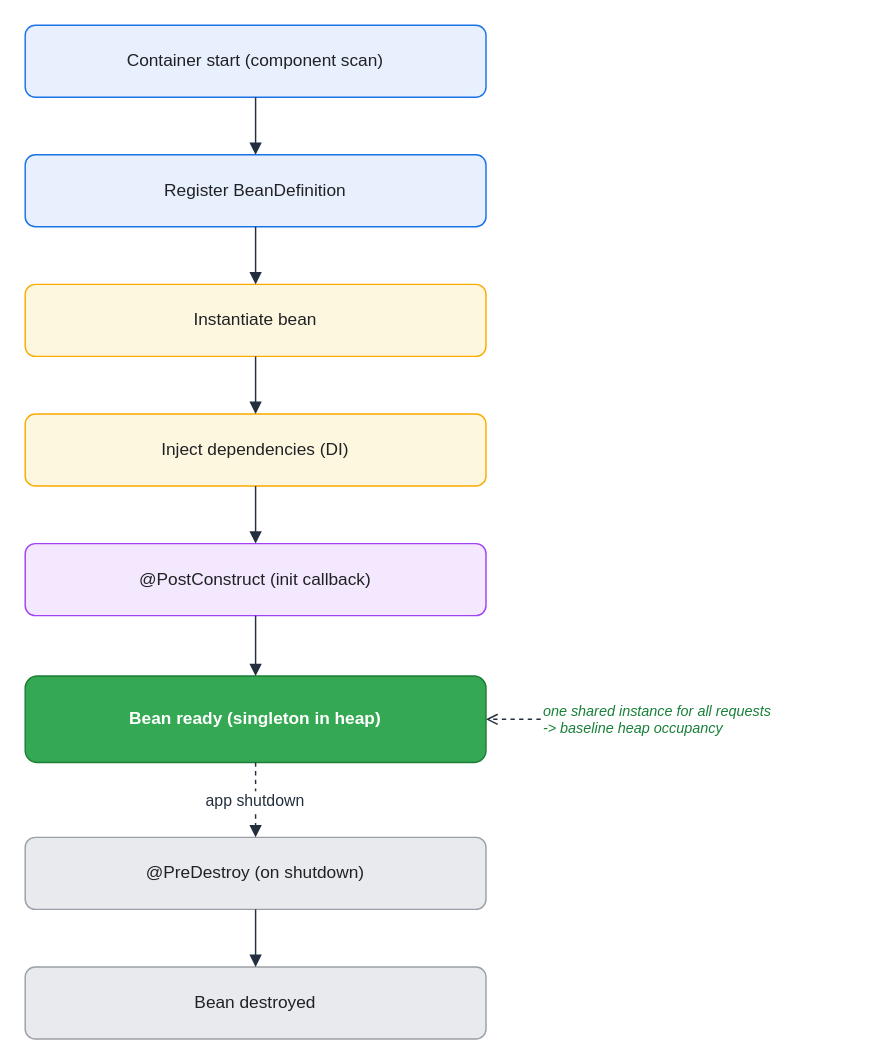
Above: assets/img/spring/spring-04-bean-lifecycle.drawio in KKamJi98/kkamji98.github.io (draw.io), before the change. Source tidied: cells renumbered, new cells numbered last; positions are measured from the earlier drawing's top-left corner, leaving out a move shared by most shapes. Both pictures are drawn from the tidied source at 144%, with x=0, y=0 at pixel (24, 24).
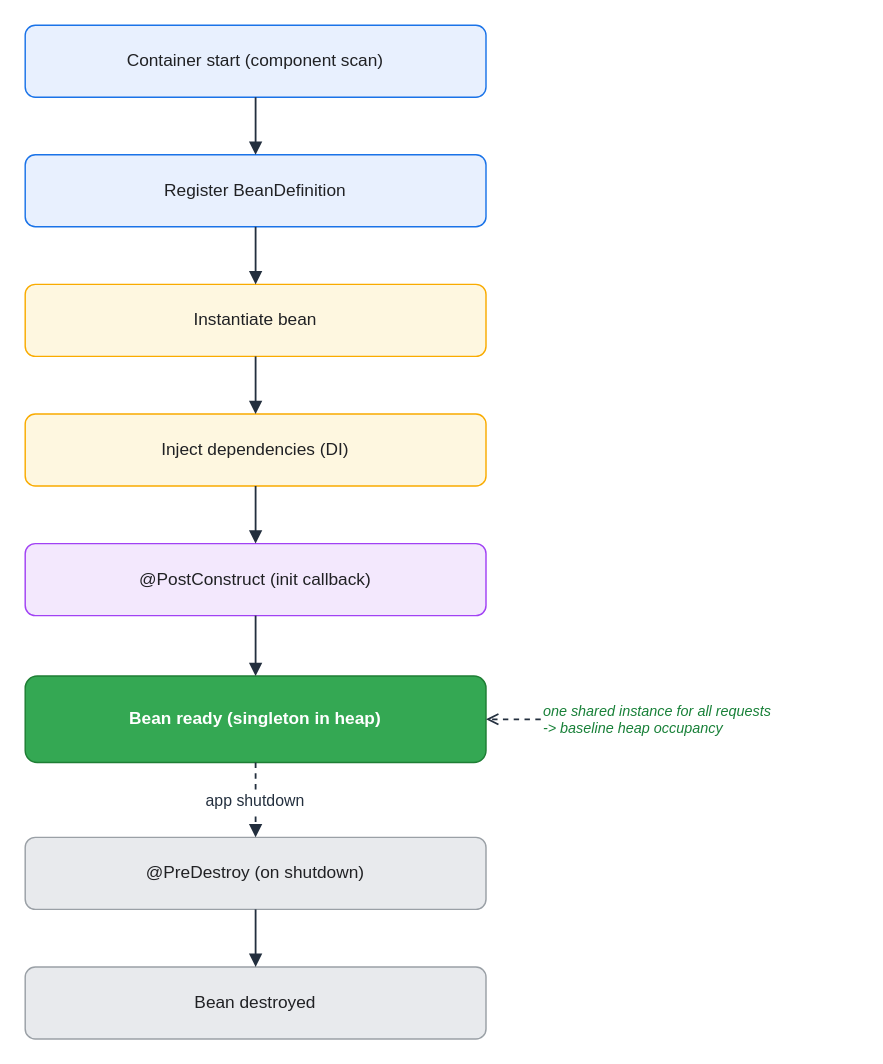
The same page after the edit.

Diff of the diagram source:
```diff
@@
 <mxGraphModel background="#FFFFFF">
   <root>
     <mxCell id="0" />
     <mxCell id="1" parent="0" />
-    <mxCell id="2" value="Container start (component scan)" style="rounded=1;whiteSpace=wrap;html=1;arcSize=14;shadow=0;fillColor=#E8F0FE;strokeColor=#1A73E8;fontColor=#202124;" parent="1" vertex="1">
+    <mxCell id="2" value="Container start (component scan)" style="rounded=1;whiteSpace=wrap;html=0;arcSize=14;shadow=0;fillColor=#E8F0FE;strokeColor=#1A73E8;fontColor=#202124;" parent="1" vertex="1">
       <mxGeometry width="320" height="50" as="geometry" />
     </mxCell>
-    <mxCell id="3" value="Register BeanDefinition" style="rounded=1;whiteSpace=wrap;html=1;arcSize=14;shadow=0;fillColor=#E8F0FE;strokeColor=#1A73E8;fontColor=#202124;" parent="1" vertex="1">
+    <mxCell id="3" value="Register BeanDefinition" style="rounded=1;whiteSpace=wrap;html=0;arcSize=14;shadow=0;fillColor=#E8F0FE;strokeColor=#1A73E8;fontColor=#202124;" parent="1" vertex="1">
       <mxGeometry y="90" width="320" height="50" as="geometry" />
     </mxCell>
-    <mxCell id="4" value="Instantiate bean" style="rounded=1;whiteSpace=wrap;html=1;arcSize=14;shadow=0;fillColor=#FEF7E0;strokeColor=#F9AB00;fontColor=#202124;" parent="1" vertex="1">
+    <mxCell id="4" value="Instantiate bean" style="rounded=1;whiteSpace=wrap;html=0;arcSize=14;shadow=0;fillColor=#FEF7E0;strokeColor=#F9AB00;fontColor=#202124;" parent="1" vertex="1">
       <mxGeometry y="180" width="320" height="50" as="geometry" />
     </mxCell>
-    <mxCell id="5" value="Inject dependencies (DI)" style="rounded=1;whiteSpace=wrap;html=1;arcSize=14;shadow=0;fillColor=#FEF7E0;strokeColor=#F9AB00;fontColor=#202124;" parent="1" vertex="1">
+    <mxCell id="5" value="Inject dependencies (DI)" style="rounded=1;whiteSpace=wrap;html=0;arcSize=14;shadow=0;fillColor=#FEF7E0;strokeColor=#F9AB00;fontColor=#202124;" parent="1" vertex="1">
       <mxGeometry y="270" width="320" height="50" as="geometry" />
     </mxCell>
-    <mxCell id="6" value="@PostConstruct (init callback)" style="rounded=1;whiteSpace=wrap;html=1;arcSize=14;shadow=0;fillColor=#F3E8FD;strokeColor=#A142F4;fontColor=#202124;" parent="1" vertex="1">
+    <mxCell id="6" value="@PostConstruct (init callback)" style="rounded=1;whiteSpace=wrap;html=0;arcSize=14;shadow=0;fillColor=#F3E8FD;strokeColor=#A142F4;fontColor=#202124;" parent="1" vertex="1">
       <mxGeometry y="360" width="320" height="50" as="geometry" />
     </mxCell>
-    <mxCell id="7" value="&lt;font style=&quot;color: rgb(255, 255, 255);&quot;&gt;Bean ready (singleton in heap)&lt;/font&gt;" style="rounded=1;whiteSpace=wrap;html=1;arcSize=14;shadow=0;fillColor=#34A853;strokeColor=#1E7E34;fontColor=#FFFFFF;fontStyle=1;" parent="1" vertex="1">
+    <mxCell id="7" value="Bean ready (singleton in heap)" style="rounded=1;whiteSpace=wrap;html=0;arcSize=14;shadow=0;fillColor=#34A853;strokeColor=#1E7E34;fontColor=#FFFFFF;fontStyle=1;" parent="1" vertex="1">
       <mxGeometry y="452" width="320" height="60" as="geometry" />
     </mxCell>
-    <mxCell id="8" value="@PreDestroy (on shutdown)" style="rounded=1;whiteSpace=wrap;html=1;arcSize=14;shadow=0;fillColor=#E8EAED;strokeColor=#9AA0A6;fontColor=#202124;" parent="1" vertex="1">
+    <mxCell id="8" value="@PreDestroy (on shutdown)" style="rounded=1;whiteSpace=wrap;html=0;arcSize=14;shadow=0;fillColor=#E8EAED;strokeColor=#9AA0A6;fontColor=#202124;" parent="1" vertex="1">
       <mxGeometry y="564" width="320" height="50" as="geometry" />
     </mxCell>
-    <mxCell id="9" value="Bean destroyed" style="rounded=1;whiteSpace=wrap;html=1;arcSize=14;shadow=0;fillColor=#E8EAED;strokeColor=#9AA0A6;fontColor=#202124;" parent="1" vertex="1">
+    <mxCell id="9" value="Bean destroyed" style="rounded=1;whiteSpace=wrap;html=0;arcSize=14;shadow=0;fillColor=#E8EAED;strokeColor=#9AA0A6;fontColor=#202124;" parent="1" vertex="1">
       <mxGeometry y="654" width="320" height="50" as="geometry" />
     </mxCell>
-    <mxCell id="10" value="one shared instance for all requests&#10;-&gt; baseline heap occupancy" style="text;html=1;align=left;verticalAlign=middle;whiteSpace=wrap;fontSize=10;fontColor=#188038;fontStyle=2;" parent="1" vertex="1">
+    <mxCell id="10" value="one shared instance for all requests&#10;-&gt; baseline heap occupancy" style="text;html=0;align=left;verticalAlign=middle;whiteSpace=wrap;fontSize=10;fontColor=#188038;fontStyle=2;" parent="1" vertex="1">
       <mxGeometry x="358" y="452" width="220" height="60" as="geometry" />
     </mxCell>
-    <mxCell id="11" style="edgeStyle=orthogonalEdgeStyle;rounded=1;html=1;strokeColor=#232F3E;fontColor=#232F3E;labelBackgroundColor=none;endArrow=block;exitX=0.5;exitY=1;exitDx=0;exitDy=0;entryX=0.5;entryY=0;entryDx=0;entryDy=0;" parent="1" edge="1" source="2" target="3">
+    <mxCell id="11" style="edgeStyle=orthogonalEdgeStyle;rounded=1;html=0;strokeColor=#232F3E;fontColor=#232F3E;labelBackgroundColor=none;endArrow=block;exitX=0.5;exitY=1;exitDx=0;exitDy=0;entryX=0.5;entryY=0;entryDx=0;entryDy=0;strokeWidth=1.25;" parent="1" edge="1" source="2" target="3">
       <mxGeometry relative="1" as="geometry" />
     </mxCell>
-    <mxCell id="12" style="edgeStyle=orthogonalEdgeStyle;rounded=1;html=1;strokeColor=#232F3E;fontColor=#232F3E;labelBackgroundColor=none;endArrow=block;exitX=0.5;exitY=1;exitDx=0;exitDy=0;entryX=0.5;entryY=0;entryDx=0;entryDy=0;" parent="1" edge="1" source="3" target="4">
+    <mxCell id="12" style="edgeStyle=orthogonalEdgeStyle;rounded=1;html=0;strokeColor=#232F3E;fontColor=#232F3E;labelBackgroundColor=none;endArrow=block;exitX=0.5;exitY=1;exitDx=0;exitDy=0;entryX=0.5;entryY=0;entryDx=0;entryDy=0;strokeWidth=1.25;" parent="1" edge="1" source="3" target="4">
       <mxGeometry relative="1" as="geometry" />
     </mxCell>
-    <mxCell id="13" style="edgeStyle=orthogonalEdgeStyle;rounded=1;html=1;strokeColor=#232F3E;fontColor=#232F3E;labelBackgroundColor=none;endArrow=block;exitX=0.5;exitY=1;exitDx=0;exitDy=0;entryX=0.5;entryY=0;entryDx=0;entryDy=0;" parent="1" edge="1" source="4" target="5">
+    <mxCell id="13" style="edgeStyle=orthogonalEdgeStyle;rounded=1;html=0;strokeColor=#232F3E;fontColor=#232F3E;labelBackgroundColor=none;endArrow=block;exitX=0.5;exitY=1;exitDx=0;exitDy=0;entryX=0.5;entryY=0;entryDx=0;entryDy=0;strokeWidth=1.25;" parent="1" edge="1" source="4" target="5">
       <mxGeometry relative="1" as="geometry" />
     </mxCell>
-    <mxCell id="14" style="edgeStyle=orthogonalEdgeStyle;rounded=1;html=1;strokeColor=#232F3E;fontColor=#232F3E;labelBackgroundColor=none;endArrow=block;exitX=0.5;exitY=1;exitDx=0;exitDy=0;entryX=0.5;entryY=0;entryDx=0;entryDy=0;" parent="1" edge="1" source="5" target="6">
+    <mxCell id="14" style="edgeStyle=orthogonalEdgeStyle;rounded=1;html=0;strokeColor=#232F3E;fontColor=#232F3E;labelBackgroundColor=none;endArrow=block;exitX=0.5;exitY=1;exitDx=0;exitDy=0;entryX=0.5;entryY=0;entryDx=0;entryDy=0;strokeWidth=1.25;" parent="1" edge="1" source="5" target="6">
       <mxGeometry relative="1" as="geometry" />
     </mxCell>
-    <mxCell id="15" style="edgeStyle=orthogonalEdgeStyle;rounded=1;html=1;strokeColor=#232F3E;fontColor=#232F3E;labelBackgroundColor=none;endArrow=block;exitX=0.5;exitY=1;exitDx=0;exitDy=0;entryX=0.5;entryY=0;entryDx=0;entryDy=0;" parent="1" edge="1" source="6" target="7">
+    <mxCell id="15" style="edgeStyle=orthogonalEdgeStyle;rounded=1;html=0;strokeColor=#232F3E;fontColor=#232F3E;labelBackgroundColor=none;endArrow=block;exitX=0.5;exitY=1;exitDx=0;exitDy=0;entryX=0.5;entryY=0;entryDx=0;entryDy=0;strokeWidth=1.25;" parent="1" edge="1" source="6" target="7">
       <mxGeometry relative="1" as="geometry" />
     </mxCell>
-    <mxCell id="16" value="app shutdown" style="edgeStyle=orthogonalEdgeStyle;rounded=1;html=0;dashed=1;strokeColor=#232F3E;fontColor=#232F3E;labelBackgroundColor=#FFFFFF;endArrow=block;exitX=0.5;exitY=1;exitDx=0;exitDy=0;entryX=0.5;entryY=0;entryDx=0;entryDy=0;" parent="1" edge="1" source="7" target="8">
+    <mxCell id="16" value="app shutdown" style="edgeStyle=orthogonalEdgeStyle;rounded=1;html=0;dashed=1;strokeColor=#232F3E;fontColor=#232F3E;labelBackgroundColor=#FFFFFF;endArrow=block;exitX=0.5;exitY=1;exitDx=0;exitDy=0;entryX=0.5;entryY=0;entryDx=0;entryDy=0;strokeWidth=1.25;" parent="1" edge="1" source="7" target="8">
       <mxGeometry relative="1" as="geometry" />
     </mxCell>
-    <mxCell id="17" style="edgeStyle=orthogonalEdgeStyle;rounded=1;html=1;strokeColor=#232F3E;fontColor=#232F3E;labelBackgroundColor=none;endArrow=block;exitX=0.5;exitY=1;exitDx=0;exitDy=0;entryX=0.5;entryY=0;entryDx=0;entryDy=0;" parent="1" edge="1" source="8" target="9">
+    <mxCell id="17" style="edgeStyle=orthogonalEdgeStyle;rounded=1;html=0;strokeColor=#232F3E;fontColor=#232F3E;labelBackgroundColor=none;endArrow=block;exitX=0.5;exitY=1;exitDx=0;exitDy=0;entryX=0.5;entryY=0;entryDx=0;entryDy=0;strokeWidth=1.25;" parent="1" edge="1" source="8" target="9">
       <mxGeometry relative="1" as="geometry" />
     </mxCell>
-    <mxCell id="18" style="edgeStyle=orthogonalEdgeStyle;rounded=1;html=1;dashed=1;strokeColor=#232F3E;fontColor=#232F3E;labelBackgroundColor=none;endArrow=open;endSize=6;exitX=0;exitY=0.5;exitDx=0;exitDy=0;entryX=1;entryY=0.5;entryDx=0;entryDy=0;" parent="1" edge="1" source="10" target="7">
+    <mxCell id="18" style="edgeStyle=orthogonalEdgeStyle;rounded=1;html=0;dashed=1;strokeColor=#232F3E;fontColor=#232F3E;labelBackgroundColor=none;endArrow=open;endSize=6;exitX=0;exitY=0.5;exitDx=0;exitDy=0;entryX=1;entryY=0.5;entryDx=0;entryDy=0;strokeWidth=1.25;" parent="1" edge="1" source="10" target="7">
       <mxGeometry relative="1" as="geometry" />
     </mxCell>
   </root>
 </mxGraphModel>
```
